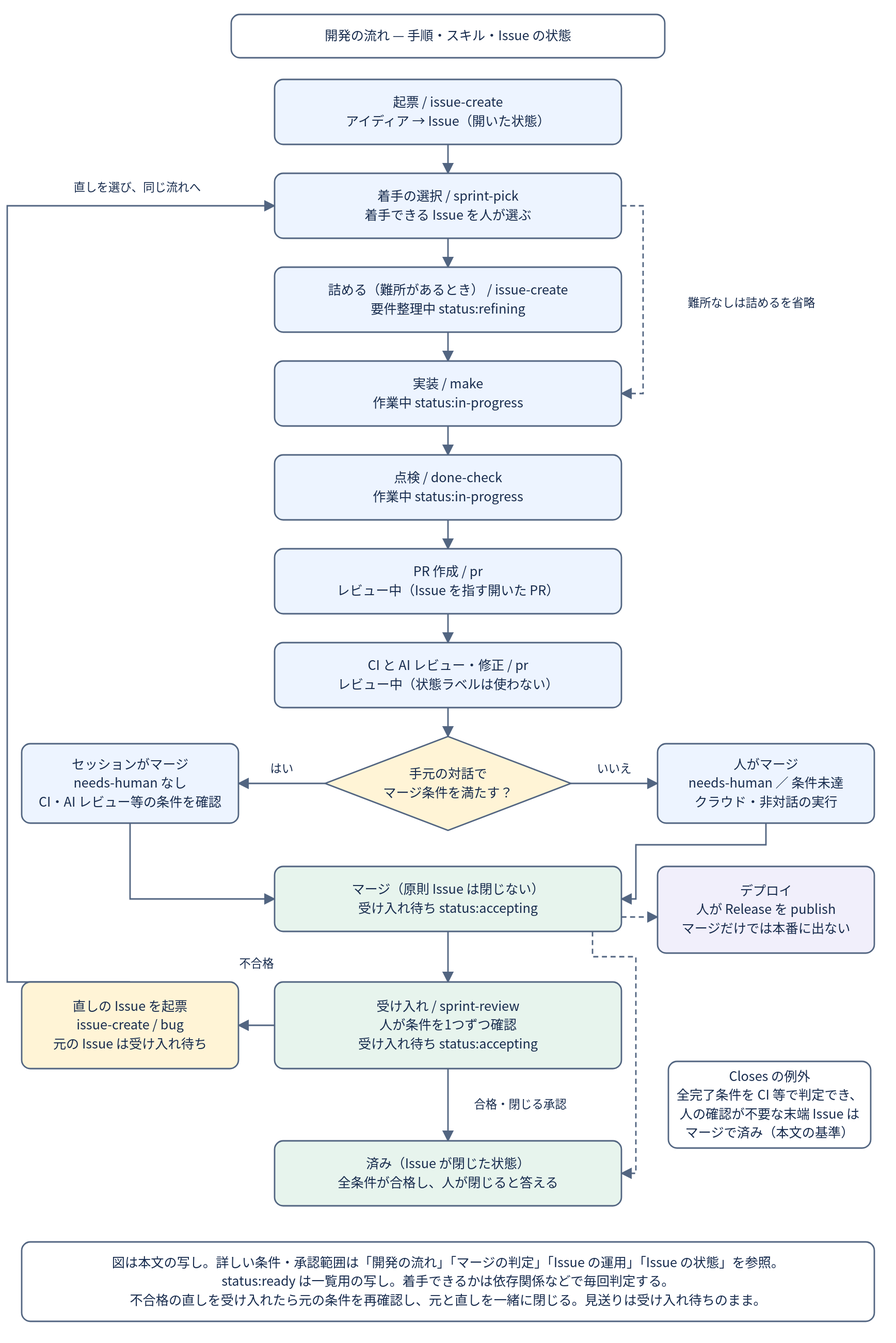
Earlier version of the draw.io export docs/development-flow.drawio.svg (banmen-dev/app). Source tidied: cells renumbered, new cells last; positions are measured from the earlier drawing's top-left corner, leaving out a move shared by most shapes.
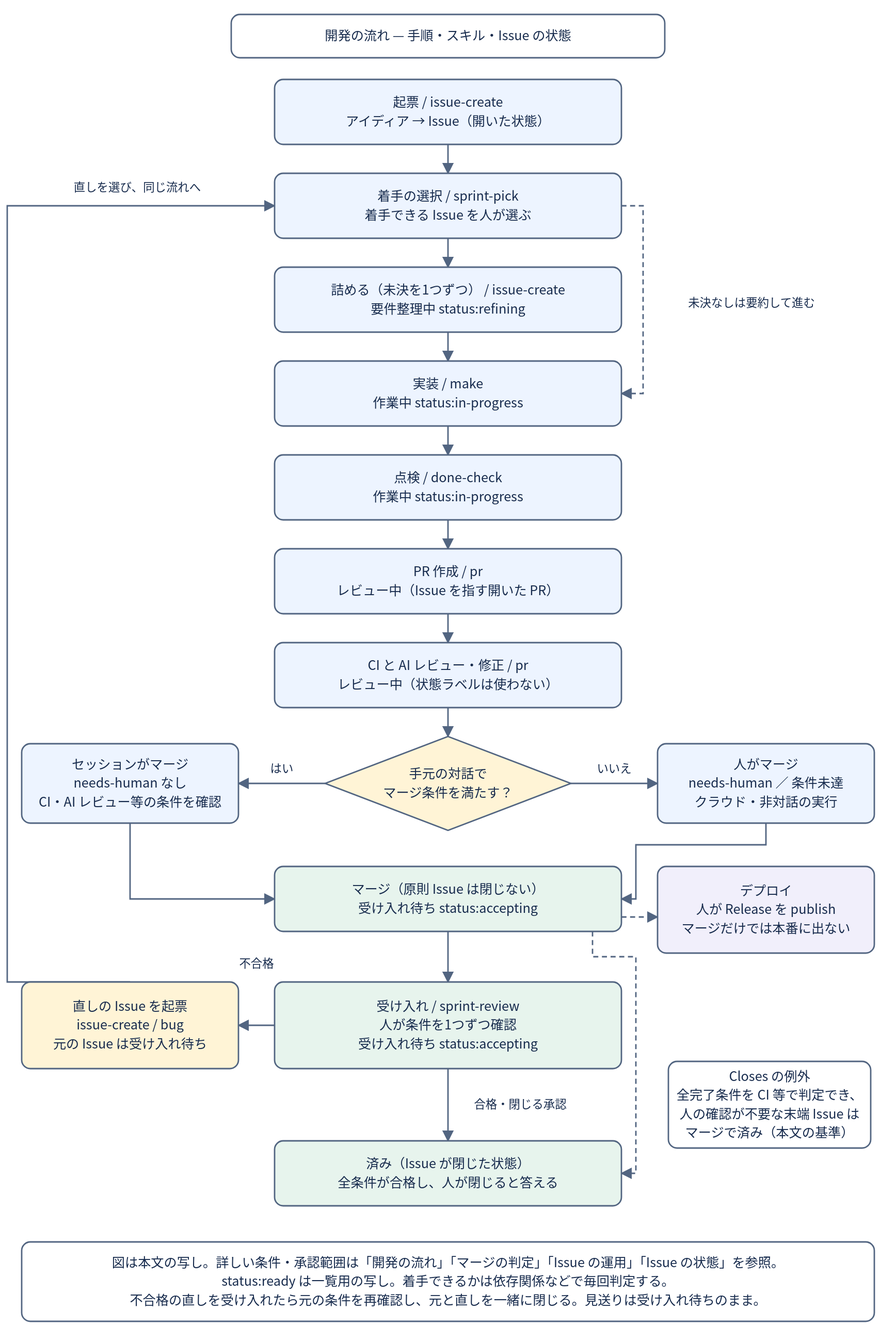
The same diagram one commit later.

Commit message:
fix(skills): 外の人の Issue で着手前の要約の問いを飛ばせないようにし、refine.md からの戻り先を make の手順 5 に定める (#1494)

Change to the diagram source:
```diff
@@ -11,7 +11,7 @@
     <mxCell id="4" value="着手の選択  /  sprint-pick&#10;着手できる Issue を人が選ぶ" style="rounded=1;whiteSpace=wrap;html=0;fillColor=#edf4ff;strokeColor=#526581;fontColor=#172b4d;fontFamily=Noto Sans CJK JP;fontSize=18;" parent="1" vertex="1">
       <mxGeometry x="370" y="220" width="480" height="90" as="geometry" />
     </mxCell>
-    <mxCell id="5" value="詰める（難所があるとき） / issue-create&#10;要件整理中  status:refining" style="rounded=1;whiteSpace=wrap;html=0;fillColor=#edf4ff;strokeColor=#526581;fontColor=#172b4d;fontFamily=Noto Sans CJK JP;fontSize=18;" parent="1" vertex="1">
+    <mxCell id="5" value="詰める（未決を1つずつ） / issue-create&#10;要件整理中  status:refining" style="rounded=1;whiteSpace=wrap;html=0;fillColor=#edf4ff;strokeColor=#526581;fontColor=#172b4d;fontFamily=Noto Sans CJK JP;fontSize=18;" parent="1" vertex="1">
       <mxGeometry x="370" y="350" width="480" height="90" as="geometry" />
     </mxCell>
     <mxCell id="6" value="実装  /  make&#10;作業中  status:in-progress" style="rounded=1;whiteSpace=wrap;html=0;fillColor=#edf4ff;strokeColor=#526581;fontColor=#172b4d;fontFamily=Noto Sans CJK JP;fontSize=18;" parent="1" vertex="1">
@@ -68,7 +68,7 @@
     <mxCell id="23" style="edgeStyle=none;html=0;endArrow=block;strokeColor=#526581;fontColor=#172b4d;fontSize=16;" parent="1" edge="1" source="8" target="9">
       <mxGeometry relative="1" as="geometry" />
     </mxCell>
-    <mxCell id="24" value="難所なしは詰めるを省略" style="edgeStyle=none;html=0;endArrow=block;strokeColor=#526581;fontColor=#172b4d;fontSize=16;dashed=1;" parent="1" edge="1" source="4" target="6">
+    <mxCell id="24" value="未決なしは要約して進む" style="edgeStyle=none;html=0;endArrow=block;strokeColor=#526581;fontColor=#172b4d;fontSize=16;dashed=1;" parent="1" edge="1" source="4" target="6">
       <mxGeometry relative="1" as="geometry">
         <Array as="points">
           <mxPoint x="880" y="265" />
```
